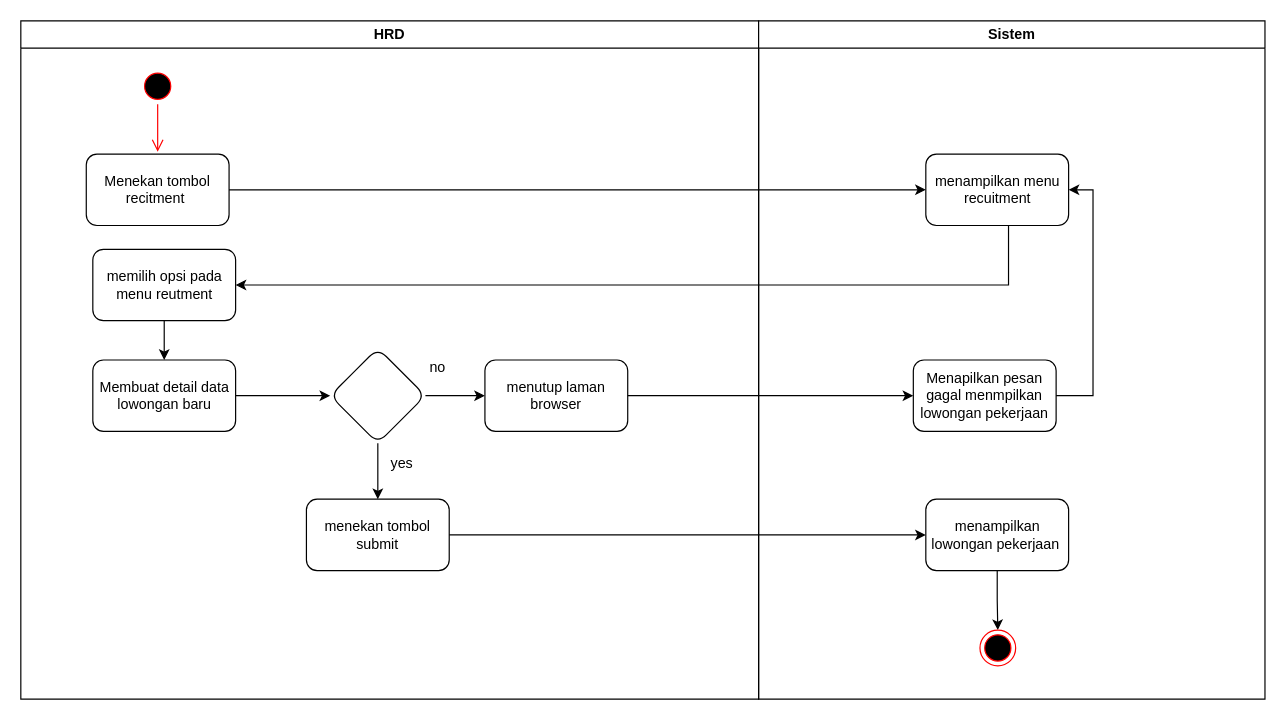
Before: Activity Diagram Create.drawio in Tijan01/UAS_APPL, a draw.io diagram. Source tidied: cells renumbered, new cells numbered last; positions are measured from the earlier drawing's top-left corner, leaving out a move shared by most shapes. Both pictures are drawn from the tidied source at 119%, with x=0, y=0 at pixel (20, 20).
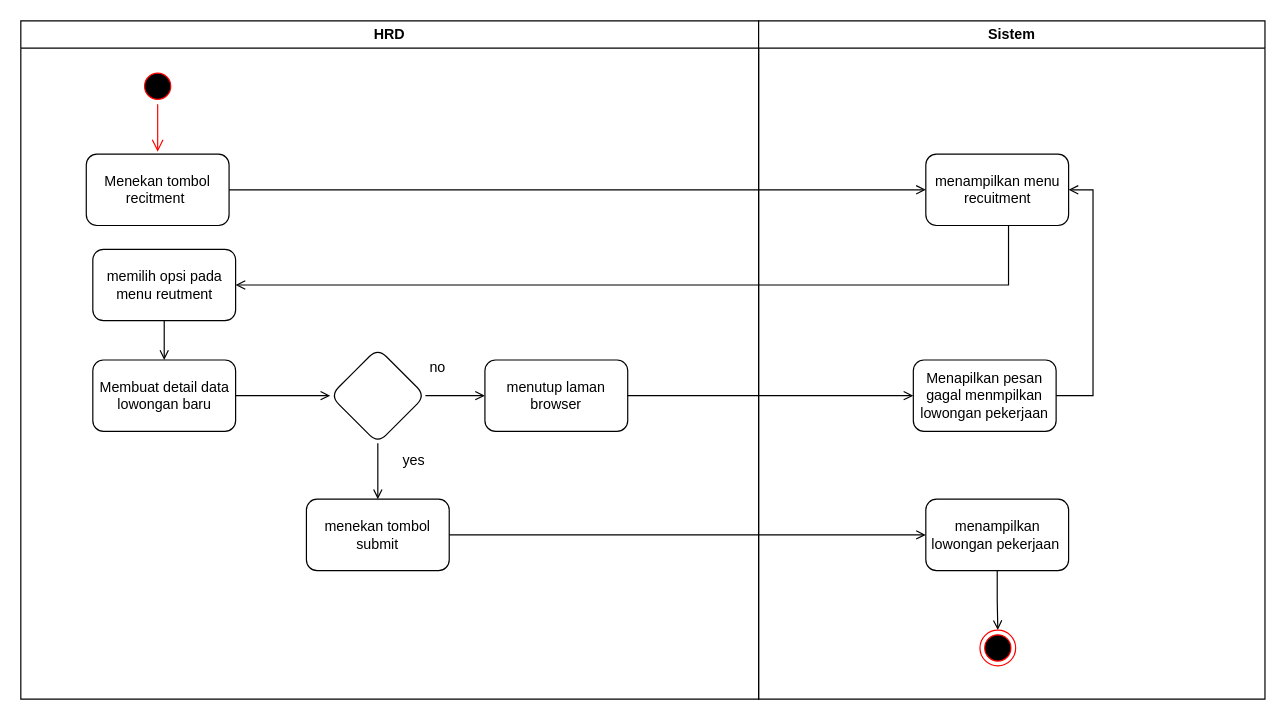
After the change.

Unchanged cells that the change refers to:
```xml
<mxCell id="2" value="HRD" style="swimlane;whiteSpace=wrap;startSize=23;" parent="1" vertex="1">
  <mxGeometry width="620" height="570" as="geometry" />
</mxCell>
<mxCell id="5" value="Menekan tombol recitment&amp;nbsp;" style="rounded=1;whiteSpace=wrap;html=1;" parent="2" vertex="1">
  <mxGeometry x="55" y="112" width="120" height="60" as="geometry" />
</mxCell>
<mxCell id="7" value="memilih opsi pada menu reutment" style="whiteSpace=wrap;html=1;fillColor=rgb(255, 255, 255);strokeColor=rgb(0, 0, 0);fontColor=rgb(0, 0, 0);rounded=1;" parent="2" vertex="1">
  <mxGeometry x="60.5" y="192" width="120" height="60" as="geometry" />
</mxCell>
<mxCell id="8" value="Membuat detail data lowongan baru" style="whiteSpace=wrap;html=1;fillColor=rgb(255, 255, 255);strokeColor=rgb(0, 0, 0);fontColor=rgb(0, 0, 0);rounded=1;" parent="2" vertex="1">
  <mxGeometry x="60.5" y="285" width="120" height="60" as="geometry" />
</mxCell>
<mxCell id="10" style="rhombus;whiteSpace=wrap;html=1;fillColor=rgb(255, 255, 255);strokeColor=rgb(0, 0, 0);fontColor=rgb(0, 0, 0);rounded=1;" parent="2" vertex="1">
  <mxGeometry x="260" y="275" width="80" height="80" as="geometry" />
</mxCell>
<mxCell id="12" value="menekan tombol submit" style="whiteSpace=wrap;html=1;fillColor=rgb(255, 255, 255);strokeColor=rgb(0, 0, 0);fontColor=rgb(0, 0, 0);rounded=1;" parent="2" vertex="1">
  <mxGeometry x="240" y="402" width="120" height="60" as="geometry" />
</mxCell>
<mxCell id="14" value="menutup laman browser" style="whiteSpace=wrap;html=1;fillColor=rgb(255, 255, 255);strokeColor=rgb(0, 0, 0);fontColor=rgb(0, 0, 0);rounded=1;" parent="2" vertex="1">
  <mxGeometry x="390" y="285" width="120" height="60" as="geometry" />
</mxCell>
<mxCell id="15" value="Sistem" style="swimlane;whiteSpace=wrap;" parent="1" vertex="1">
  <mxGeometry x="620" width="425.5" height="570" as="geometry" />
</mxCell>
<mxCell id="16" value="menampilkan menu recuitment" style="whiteSpace=wrap;html=1;fillColor=rgb(255, 255, 255);strokeColor=rgb(0, 0, 0);fontColor=rgb(0, 0, 0);rounded=1;" parent="15" vertex="1">
  <mxGeometry x="140.5" y="112" width="120" height="60" as="geometry" />
</mxCell>
<mxCell id="18" value="menampilkan lowongan pekerjaan&amp;nbsp;" style="whiteSpace=wrap;html=1;fillColor=rgb(255, 255, 255);strokeColor=rgb(0, 0, 0);fontColor=rgb(0, 0, 0);rounded=1;" parent="15" vertex="1">
  <mxGeometry x="140.5" y="402" width="120" height="60" as="geometry" />
</mxCell>
<mxCell id="19" value="Menapilkan pesan gagal menmpilkan lowongan pekerjaan" style="whiteSpace=wrap;html=1;fillColor=rgb(255, 255, 255);strokeColor=rgb(0, 0, 0);fontColor=rgb(0, 0, 0);rounded=1;" parent="15" vertex="1">
  <mxGeometry x="130" y="285" width="120" height="60" as="geometry" />
</mxCell>
<mxCell id="21" style="ellipse;html=1;shape=endState;fillColor=#000000;strokeColor=#ff0000;" parent="15" vertex="1">
  <mxGeometry x="186" y="512" width="30" height="30" as="geometry" />
</mxCell>
```

Change to the diagram source:
```diff
@@
-    <mxCell id="6" style="edgeStyle=orthogonalEdgeStyle;rounded=0;jettySize=auto;html=1;" parent="2" edge="1" source="7" target="8">
+    <mxCell id="6" style="edgeStyle=orthogonalEdgeStyle;rounded=0;jettySize=auto;html=1;endArrow=open;endFill=0;" parent="2" edge="1" source="7" target="8">
       <mxGeometry relative="1" as="geometry" />
     </mxCell>
@@
-    <mxCell id="9" style="edgeStyle=orthogonalEdgeStyle;rounded=0;jettySize=auto;html=1;" parent="2" edge="1" source="10" target="14">
+    <mxCell id="9" style="edgeStyle=orthogonalEdgeStyle;rounded=0;jettySize=auto;html=1;endArrow=open;endFill=0;" parent="2" edge="1" source="10" target="14">
       <mxGeometry relative="1" as="geometry" />
     </mxCell>
@@
-    <mxCell id="11" style="edgeStyle=orthogonalEdgeStyle;rounded=0;jettySize=auto;html=1;" parent="2" edge="1" source="8" target="10">
+    <mxCell id="11" style="edgeStyle=orthogonalEdgeStyle;rounded=0;jettySize=auto;html=1;endArrow=open;endFill=0;" parent="2" edge="1" source="8" target="10">
       <mxGeometry relative="1" as="geometry" />
     </mxCell>
@@
-    <mxCell id="13" style="edgeStyle=orthogonalEdgeStyle;rounded=0;jettySize=auto;html=1;" parent="2" edge="1" source="10" target="12">
+    <mxCell id="13" style="edgeStyle=orthogonalEdgeStyle;rounded=0;jettySize=auto;html=1;endArrow=open;endFill=0;" parent="2" edge="1" source="10" target="12">
       <mxGeometry relative="1" as="geometry" />
     </mxCell>
@@
+    <mxCell id="27" value="yes" style="text;html=1;align=center;verticalAlign=middle;strokeColor=none;fillColor=none;" parent="2" vertex="1">
+      <mxGeometry x="310" y="355" width="40" height="30" as="geometry" />
+    </mxCell>
@@
-    <mxCell id="17" style="edgeStyle=orthogonalEdgeStyle;rounded=0;jettySize=auto;html=1;" parent="15" edge="1" source="18" target="21">
+    <mxCell id="17" style="edgeStyle=orthogonalEdgeStyle;rounded=0;jettySize=auto;html=1;endArrow=open;endFill=0;" parent="15" edge="1" source="18" target="21">
       <mxGeometry relative="1" as="geometry" />
     </mxCell>
@@
-    <mxCell id="20" style="edgeStyle=orthogonalEdgeStyle;rounded=0;jettySize=auto;html=1;entryX=1;entryY=0.5;entryDx=0;entryDy=0;" parent="15" edge="1" source="19" target="16">
+    <mxCell id="20" style="edgeStyle=orthogonalEdgeStyle;rounded=0;jettySize=auto;html=1;entryX=1;entryY=0.5;entryDx=0;entryDy=0;endArrow=open;endFill=0;" parent="15" edge="1" source="19" target="16">
       <mxGeometry relative="1" as="geometry">
         <Array as="points">
           <mxPoint x="281" y="315" />
           <mxPoint x="281" y="142" />
         </Array>
       </mxGeometry>
     </mxCell>
@@
-    <mxCell id="22" style="edgeStyle=orthogonalEdgeStyle;rounded=0;jettySize=auto;html=1;" parent="1" edge="1" source="5" target="16">
+    <mxCell id="22" style="edgeStyle=orthogonalEdgeStyle;rounded=0;jettySize=auto;html=1;endArrow=open;endFill=0;" parent="1" edge="1" source="5" target="16">
       <mxGeometry relative="1" as="geometry" />
     </mxCell>
-    <mxCell id="23" style="edgeStyle=orthogonalEdgeStyle;rounded=0;jettySize=auto;html=1;" parent="1" edge="1" source="16" target="7">
+    <mxCell id="23" style="edgeStyle=orthogonalEdgeStyle;rounded=0;jettySize=auto;html=1;endArrow=open;endFill=0;" parent="1" edge="1" source="16" target="7">
       <mxGeometry relative="1" as="geometry">
         <Array as="points">
           <mxPoint x="830" y="222" />
         </Array>
       </mxGeometry>
     </mxCell>
-    <mxCell id="24" style="edgeStyle=orthogonalEdgeStyle;rounded=0;jettySize=auto;html=1;" parent="1" edge="1" source="12" target="18">
+    <mxCell id="24" style="edgeStyle=orthogonalEdgeStyle;rounded=0;jettySize=auto;html=1;endArrow=open;endFill=0;" parent="1" edge="1" source="12" target="18">
       <mxGeometry relative="1" as="geometry" />
     </mxCell>
-    <mxCell id="25" style="edgeStyle=orthogonalEdgeStyle;rounded=0;jettySize=auto;html=1;" parent="1" edge="1" source="14" target="19">
+    <mxCell id="25" style="edgeStyle=orthogonalEdgeStyle;rounded=0;jettySize=auto;html=1;endArrow=open;endFill=0;" parent="1" edge="1" source="14" target="19">
       <mxGeometry relative="1" as="geometry" />
     </mxCell>
@@
-    <mxCell id="27" value="yes" style="text;html=1;align=center;verticalAlign=middle;strokeColor=none;fillColor=none;" parent="1" vertex="1">
-      <mxGeometry x="300" y="357" width="40" height="30" as="geometry" />
-    </mxCell>
```
